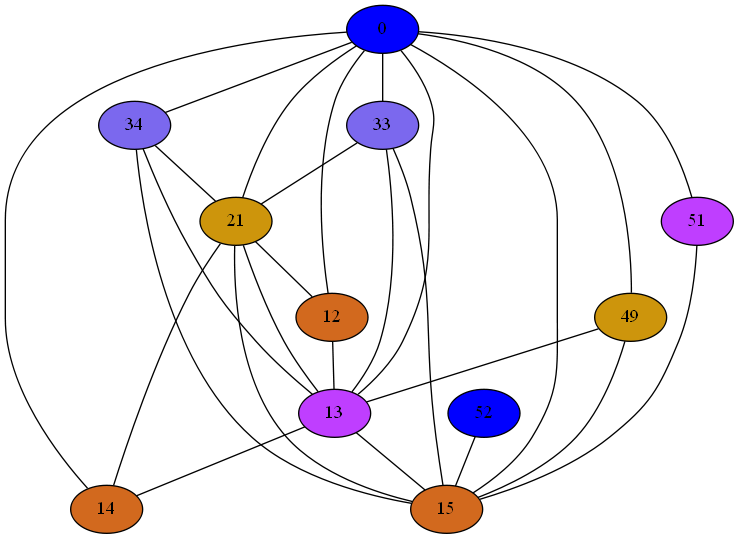
Before: Compiler/26iGraph.png, a diagram exported from Graphviz (mbajaj92/Project-Astoria). Its source is kept beside it as Compiler/26iGraph.dot.
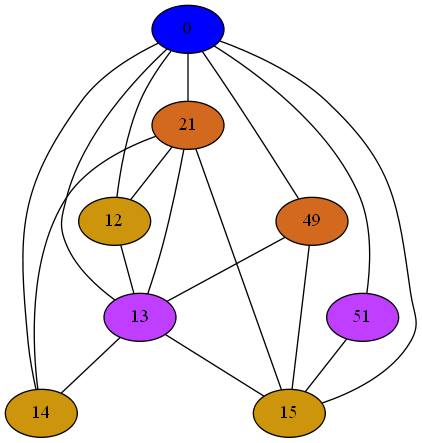
After the commit.

What changed in the source:
```diff
@@ -1,65 +1,44 @@
 strict graph {
 0[label="0" style=filled fillcolor="blue1"];
 0 -- 49
-0 -- 33
-0 -- 34
 0 -- 51
 0 -- 21
 0 -- 12
 0 -- 13
 0 -- 14
 0 -- 15
-33[label="33" style=filled fillcolor="mediumslateblue"];
-33 -- 0
-33 -- 21
-33 -- 13
-33 -- 15
-49[label="49" style=filled fillcolor="darkgoldenrod3"];
+49[label="49" style=filled fillcolor="chocolate"];
 49 -- 0
 49 -- 13
 49 -- 15
-34[label="34" style=filled fillcolor="mediumslateblue"];
-34 -- 0
-34 -- 21
-34 -- 13
-34 -- 15
 51[label="51" style=filled fillcolor="darkorchid1"];
 51 -- 0
 51 -- 15
-52[label="52" style=filled fillcolor="blue1"];
-52 -- 15
-21[label="21" style=filled fillcolor="darkgoldenrod3"];
+21[label="21" style=filled fillcolor="chocolate"];
 21 -- 0
-21 -- 33
-21 -- 34
 21 -- 12
 21 -- 13
 21 -- 14
 21 -- 15
-12[label="12" style=filled fillcolor="chocolate"];
+12[label="12" style=filled fillcolor="darkgoldenrod3"];
 12 -- 0
 12 -- 21
 12 -- 13
 13[label="13" style=filled fillcolor="darkorchid1"];
 13 -- 0
 13 -- 49
-13 -- 33
-13 -- 34
 13 -- 21
 13 -- 12
 13 -- 14
 13 -- 15
-14[label="14" style=filled fillcolor="chocolate"];
+14[label="14" style=filled fillcolor="darkgoldenrod3"];
 14 -- 0
 14 -- 21
 14 -- 13
-15[label="15" style=filled fillcolor="chocolate"];
+15[label="15" style=filled fillcolor="darkgoldenrod3"];
 15 -- 0
 15 -- 49
-15 -- 33
-15 -- 34
 15 -- 51
-15 -- 52
 15 -- 21
 15 -- 13
 }
```
